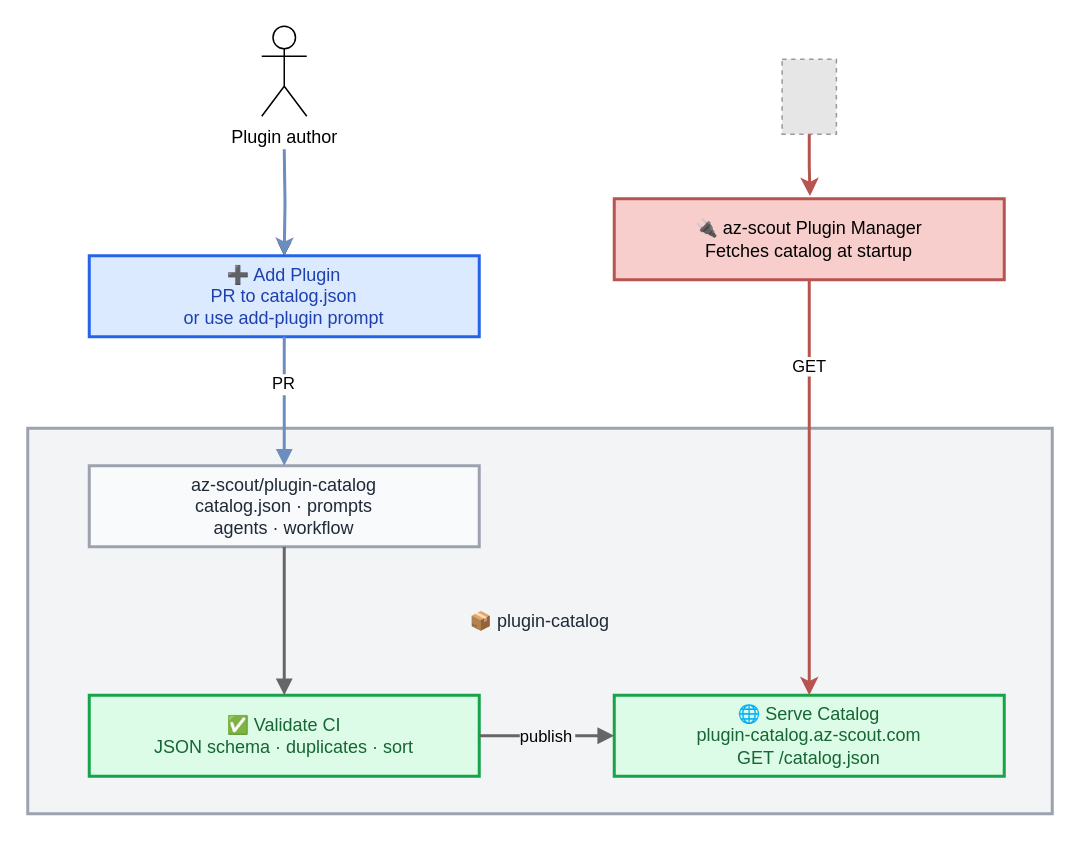
This is page "Publishing" (1 of 2) of docs/Plugin catalog workflows.drawio from az-scout/plugin-catalog, a draw.io file, before an edit. Source tidied: cells renumbered, new cells numbered last; positions are measured from the earlier drawing's top-left corner, leaving out a move shared by most shapes. Both pictures are drawn from the tidied source at 150%, with x=0, y=0 at pixel (27, 26). Pictures stored in the file or linked from it are replaced by grey dashed boxes.
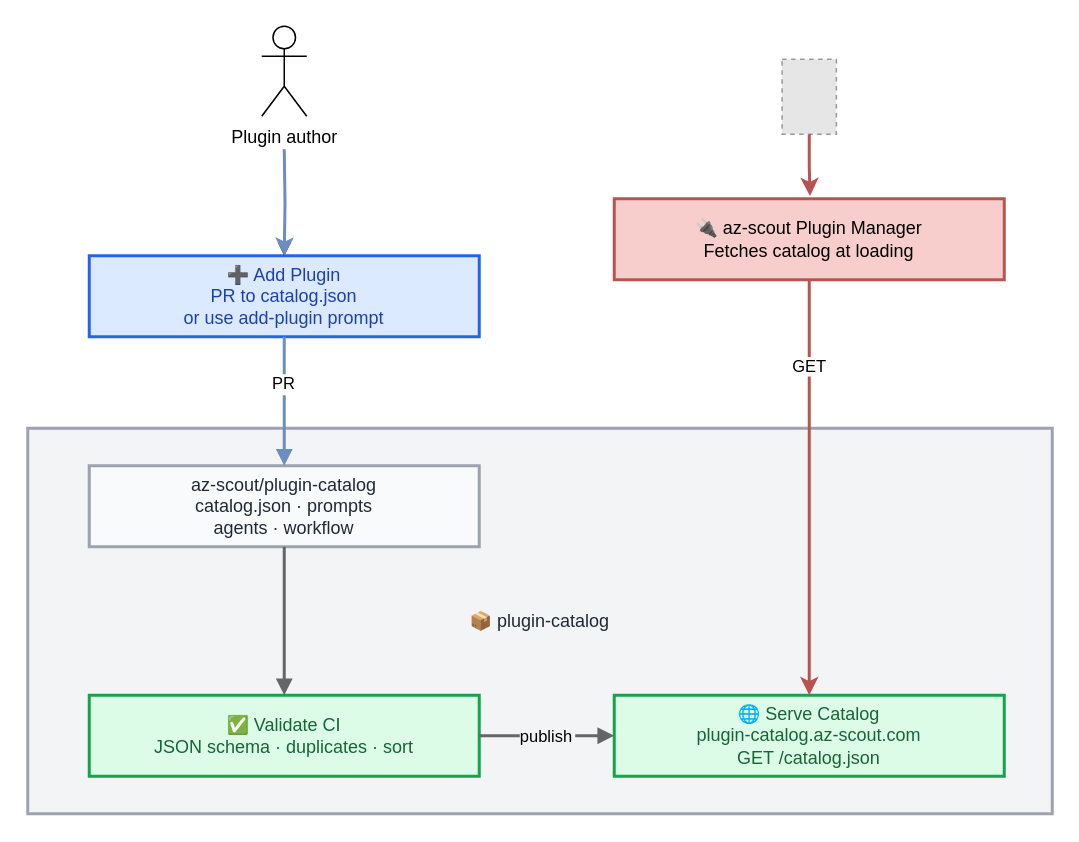
The same diagram, later.

Commit message (it also covers changes not shown here):
UI catalog is now in az scout core (#9)

UI catalog is now in az scout core

The edit, as a diff of the source:
```diff
@@
 <mxGraphModel>
   <root>
     <mxCell id="0" />
     <mxCell id="1" parent="0" />
     <mxCell id="2" value="📦 plugin-catalog" style="whiteSpace=wrap;strokeWidth=2;fillColor=#f3f4f6;strokeColor=#9ca3af;fontColor=#1f2937;" parent="1" vertex="1">
       <mxGeometry y="268" width="683" height="257" as="geometry" />
     </mxCell>
     <mxCell id="3" value="➕ Add Plugin&#10;PR to catalog.json&#10;or use add-plugin prompt" style="whiteSpace=wrap;strokeWidth=2;fillColor=#dbeafe;strokeColor=#2563eb;fontColor=#1e40af;" parent="1" vertex="1">
       <mxGeometry x="41" y="153" width="260" height="54" as="geometry" />
     </mxCell>
     <mxCell id="4" value="az-scout/plugin-catalog&#10;catalog.json · prompts&#10;agents · workflow" style="whiteSpace=wrap;strokeWidth=2;fillColor=#f9fafb;strokeColor=#9ca3af;fontColor=#1f2937;" parent="1" vertex="1">
       <mxGeometry x="41" y="293" width="260" height="54" as="geometry" />
     </mxCell>
     <mxCell id="5" value="✅ Validate CI&#10;JSON schema · duplicates · sort" style="whiteSpace=wrap;strokeWidth=2;fillColor=#dcfce7;strokeColor=#16a34a;fontColor=#166534;" parent="1" vertex="1">
       <mxGeometry x="41" y="446" width="260" height="54" as="geometry" />
     </mxCell>
     <mxCell id="6" value="🌐 Serve Catalog&#10;plugin-catalog.az-scout.com&#10;GET /catalog.json" style="whiteSpace=wrap;strokeWidth=2;fillColor=#dcfce7;strokeColor=#16a34a;fontColor=#166534;" parent="1" vertex="1">
       <mxGeometry x="391" y="446" width="260" height="54" as="geometry" />
     </mxCell>
     <mxCell id="7" style="edgeStyle=orthogonalEdgeStyle;rounded=0;jettySize=auto;html=1;fillColor=#f8cecc;strokeColor=#b85450;strokeWidth=2;" parent="1" edge="1" source="9" target="6">
       <mxGeometry relative="1" as="geometry" />
     </mxCell>
     <mxCell id="8" value="GET" style="edgeLabel;html=1;align=center;verticalAlign=middle;" parent="7" vertex="1">
       <mxGeometry x="-0.59" y="-1" relative="1" as="geometry" />
     </mxCell>
-    <mxCell id="9" value="🔌 az-scout Plugin Manager&#10;Fetches catalog at startup" style="whiteSpace=wrap;strokeWidth=2;fillColor=#f8cecc;strokeColor=#b85450;" parent="1" vertex="1">
+    <mxCell id="9" value="🔌 az-scout Plugin Manager&#10;Fetches catalog at loading" style="whiteSpace=wrap;strokeWidth=2;fillColor=#f8cecc;strokeColor=#b85450;" parent="1" vertex="1">
       <mxGeometry x="391" y="115" width="260" height="54" as="geometry" />
     </mxCell>
     <mxCell id="10" style="curved=1;startArrow=none;endArrow=block;exitX=0.5;exitY=1;entryX=0.5;entryY=0;fillColor=#f5f5f5;strokeColor=#666666;strokeWidth=2;" parent="1" edge="1" source="4" target="5">
       <mxGeometry relative="1" as="geometry" />
     </mxCell>
     <mxCell id="11" value="PR" style="curved=1;startArrow=none;endArrow=block;exitX=0.5;exitY=1;entryX=0.5;entryY=0;fillColor=#dae8fc;strokeColor=#6c8ebf;strokeWidth=2;" parent="1" edge="1" source="3" target="4">
       <mxGeometry x="-0.28" relative="1" as="geometry" />
     </mxCell>
     <mxCell id="12" value="publish" style="curved=1;startArrow=none;endArrow=block;exitX=1;exitY=0.5;entryX=0;entryY=0.5;exitDx=0;exitDy=0;entryDx=0;entryDy=0;labelBackgroundColor=light-dark(#f3f4f6, #ededed);fillColor=#f5f5f5;strokeColor=#666666;strokeWidth=2;" parent="1" edge="1" source="5" target="6">
       <mxGeometry x="0.01" relative="1" as="geometry" />
     </mxCell>
     <mxCell id="13" style="edgeStyle=orthogonalEdgeStyle;rounded=0;jettySize=auto;html=1;" parent="1" edge="1" target="3">
       <mxGeometry relative="1" as="geometry">
         <mxPoint x="171" y="84" as="sourcePoint" />
       </mxGeometry>
     </mxCell>
     <mxCell id="14" style="edgeStyle=orthogonalEdgeStyle;rounded=0;jettySize=auto;html=1;fillColor=#dae8fc;strokeColor=#6c8ebf;strokeWidth=2;" parent="1" edge="1" target="3">
       <mxGeometry relative="1" as="geometry">
         <mxPoint x="171" y="82" as="sourcePoint" />
       </mxGeometry>
     </mxCell>
     <mxCell id="15" value="Plugin author" style="shape=umlActor;verticalLabelPosition=bottom;verticalAlign=top;html=1;labelBackgroundColor=default;" parent="1" vertex="1">
       <mxGeometry x="156" width="30" height="60" as="geometry" />
     </mxCell>
     <mxCell id="16" style="fillColor=#E6E6E6;strokeColor=#999999;dashed=1;verticalLabelPosition=bottom;labelBackgroundColor=default;verticalAlign=top;" parent="1" vertex="1">
       <mxGeometry x="502.9" y="22" width="36.2" height="50" as="geometry" />
     </mxCell>
     <mxCell id="17" style="edgeStyle=orthogonalEdgeStyle;rounded=0;jettySize=auto;html=1;entryX=0.502;entryY=-0.033;entryDx=0;entryDy=0;entryPerimeter=0;fillColor=#f8cecc;strokeColor=#b85450;strokeWidth=2;exitX=0.5;exitY=1;exitDx=0;exitDy=0;" parent="1" edge="1" source="16" target="9">
       <mxGeometry relative="1" as="geometry" />
     </mxCell>
   </root>
 </mxGraphModel>
```
